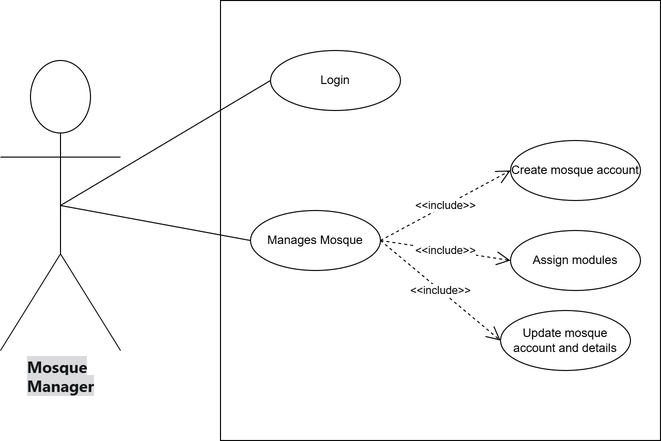
Earlier version of the draw.io export 8 semester final documentation/New Diagrams/Mosque ManagerUsecasediagram.drawio.png (dawood125/E-Masjid-System). Source tidied: cells renumbered, new cells last; positions are measured from the earlier drawing's top-left corner, leaving out a move shared by most shapes.
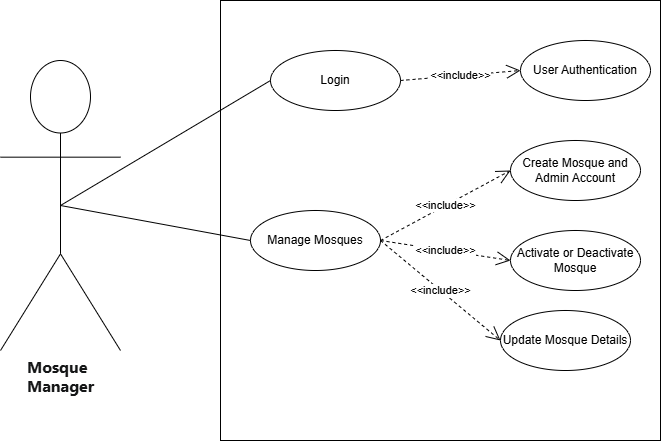
After the commit.

The edit, as a diff of the source:
```diff
@@ -5,25 +5,25 @@
     <mxCell id="2" style="whiteSpace=wrap;html=1;" parent="1" vertex="1">
       <mxGeometry x="220" width="440" height="440" as="geometry" />
     </mxCell>
-    <mxCell id="3" value="&lt;div style=&quot;text-align: start;&quot;&gt;&lt;font color=&quot;#151617&quot; face=&quot;quote-cjk-patch, Inter, system-ui, -apple-system, BlinkMacSystemFont, Segoe UI, Roboto, Oxygen, Ubuntu, Cantarell, Open Sans, Helvetica Neue, sans-serif&quot;&gt;&lt;span style=&quot;font-size: 16px; text-wrap-mode: wrap; background-color: rgb(219, 219, 221);&quot;&gt;&lt;b&gt;Mosque Manager&lt;/b&gt;&lt;/span&gt;&lt;/font&gt;&lt;/div&gt;" style="shape=umlActor;verticalLabelPosition=bottom;verticalAlign=top;html=1;outlineConnect=0;" parent="1" vertex="1">
+    <mxCell id="3" value="&lt;div style=&quot;text-align: start;&quot;&gt;&lt;font color=&quot;#151617&quot; face=&quot;quote-cjk-patch, Inter, system-ui, -apple-system, BlinkMacSystemFont, Segoe UI, Roboto, Oxygen, Ubuntu, Cantarell, Open Sans, Helvetica Neue, sans-serif&quot;&gt;&lt;span style=&quot;font-size: 16px; text-wrap-mode: wrap;&quot;&gt;&lt;b&gt;Mosque Manager&lt;/b&gt;&lt;/span&gt;&lt;/font&gt;&lt;/div&gt;" style="shape=umlActor;verticalLabelPosition=bottom;verticalAlign=top;html=1;outlineConnect=0;" parent="1" vertex="1">
       <mxGeometry y="60" width="120" height="290" as="geometry" />
     </mxCell>
     <mxCell id="4" value="Login" style="ellipse;whiteSpace=wrap;html=1;" parent="1" vertex="1">
       <mxGeometry x="270" y="50" width="130" height="60" as="geometry" />
     </mxCell>
-    <mxCell id="5" value="Manages Mosque" style="ellipse;whiteSpace=wrap;html=1;" parent="1" vertex="1">
+    <mxCell id="5" value="Manage Mosques" style="ellipse;whiteSpace=wrap;html=1;" parent="1" vertex="1">
       <mxGeometry x="250" y="210" width="130" height="60" as="geometry" />
     </mxCell>
     <mxCell id="6" value="&amp;lt;&amp;lt;include&amp;gt;&amp;gt;" style="endArrow=open;endSize=12;dashed=1;html=1;rounded=0;exitX=1;exitY=0.5;exitDx=0;exitDy=0;entryX=0;entryY=0.5;entryDx=0;entryDy=0;" parent="1" edge="1" source="5" target="7">
       <mxGeometry relative="1" as="geometry" />
     </mxCell>
-    <mxCell id="7" value="Create mosque account" style="ellipse;whiteSpace=wrap;html=1;" parent="1" vertex="1">
+    <mxCell id="7" value="Create Mosque and Admin Account" style="ellipse;whiteSpace=wrap;html=1;" parent="1" vertex="1">
       <mxGeometry x="510" y="140" width="130" height="60" as="geometry" />
     </mxCell>
-    <mxCell id="8" value="Assign modules" style="ellipse;whiteSpace=wrap;html=1;" parent="1" vertex="1">
+    <mxCell id="8" value="Activate or Deactivate Mosque" style="ellipse;whiteSpace=wrap;html=1;" parent="1" vertex="1">
       <mxGeometry x="510" y="230" width="130" height="60" as="geometry" />
     </mxCell>
-    <mxCell id="9" value="Update mosque account and details" style="ellipse;whiteSpace=wrap;html=1;" parent="1" vertex="1">
+    <mxCell id="9" value="Update Mosque Details" style="ellipse;whiteSpace=wrap;html=1;" parent="1" vertex="1">
       <mxGeometry x="500" y="310" width="130" height="60" as="geometry" />
     </mxCell>
     <mxCell id="10" value="&amp;lt;&amp;lt;include&amp;gt;&amp;gt;" style="endArrow=open;endSize=12;dashed=1;html=1;rounded=0;exitX=1;exitY=0.5;exitDx=0;exitDy=0;entryX=0;entryY=0.5;entryDx=0;entryDy=0;" parent="1" edge="1" source="5" target="8">
@@ -38,5 +38,11 @@
     <mxCell id="13" style="endArrow=none;html=1;rounded=0;entryX=0;entryY=0.5;entryDx=0;entryDy=0;exitX=0.5;exitY=0.5;exitDx=0;exitDy=0;exitPerimeter=0;" parent="1" edge="1" source="3" target="5">
       <mxGeometry relative="1" as="geometry" />
     </mxCell>
+    <mxCell id="14" value="&amp;lt;&amp;lt;include&amp;gt;&amp;gt;" style="endArrow=open;endSize=12;dashed=1;html=1;rounded=0;exitX=1;exitY=0.5;exitDx=0;exitDy=0;entryX=0;entryY=0.5;entryDx=0;entryDy=0;" parent="1" edge="1" source="4" target="15">
+      <mxGeometry relative="1" as="geometry" />
+    </mxCell>
+    <mxCell id="15" value="User Authentication" style="ellipse;whiteSpace=wrap;html=1;" parent="1" vertex="1">
+      <mxGeometry x="520" y="40" width="130" height="60" as="geometry" />
+    </mxCell>
   </root>
 </mxGraphModel>
```
